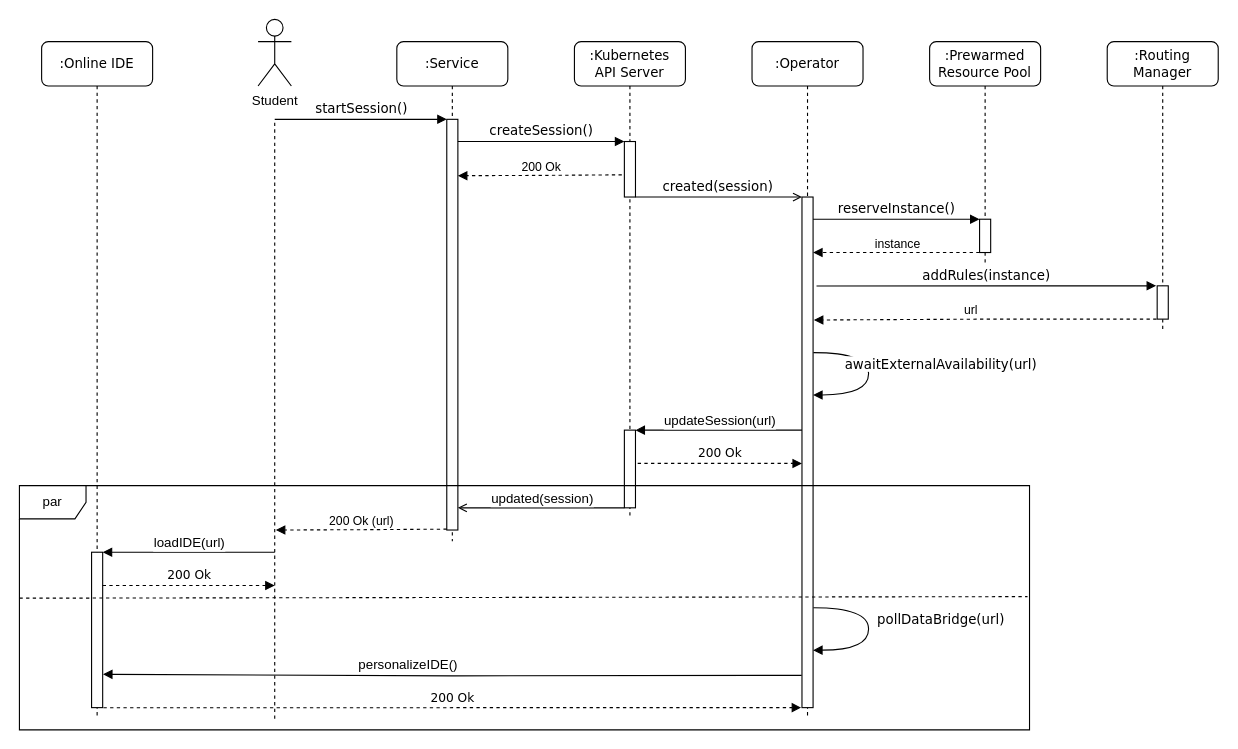
Above: figures/startup-seq.checkpoint.drawio in lukaskratzel/ba (draw.io), before the change. Source tidied: cells renumbered, new cells numbered last; positions are measured from the earlier drawing's top-left corner, leaving out a move shared by most shapes. Both pictures are drawn from the tidied source at 111%, with x=0, y=0 at pixel (19, 19).
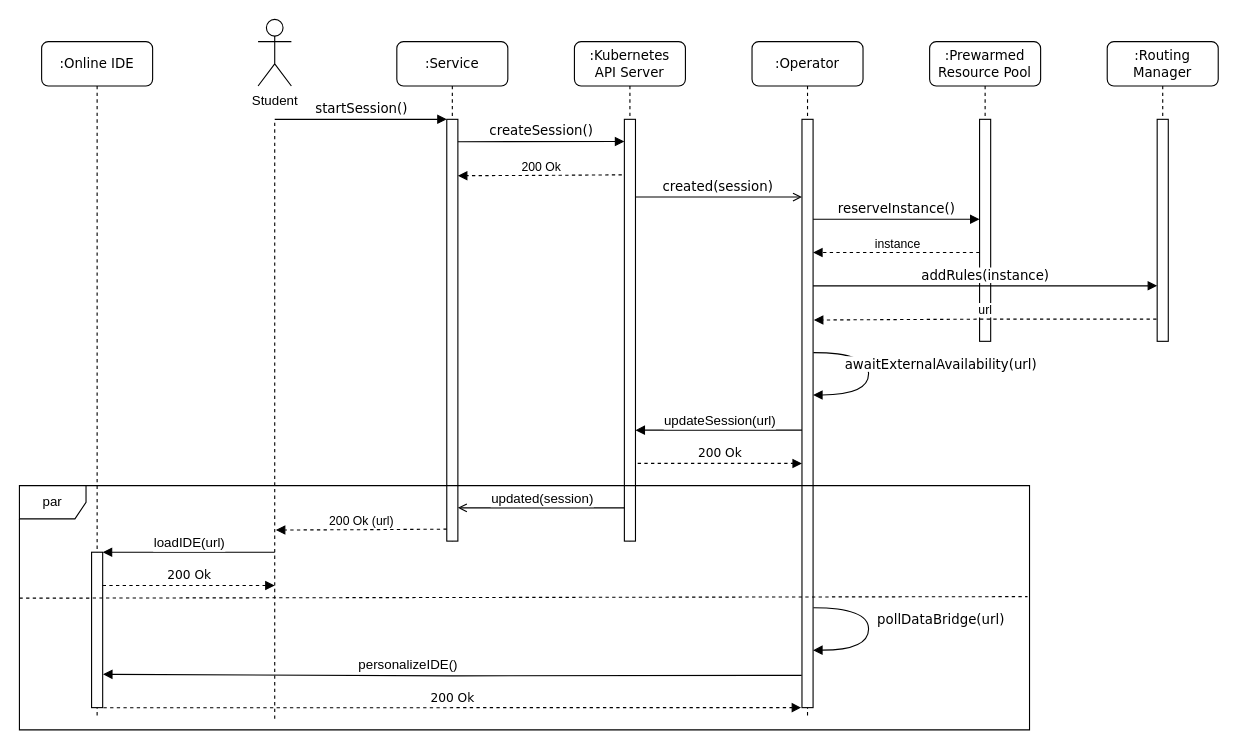
After the change.

Unchanged cells that the change refers to:
```xml
<mxCell id="2" value=":Service" style="shape=umlLifeline;perimeter=lifelinePerimeter;whiteSpace=wrap;html=1;rounded=1;shadow=0;comic=0;labelBackgroundColor=none;strokeWidth=1;fontFamily=Verdana;fontSize=12;align=center;" parent="1" vertex="1">
  <mxGeometry x="340" y="20" width="100" height="450" as="geometry" />
</mxCell>
<mxCell id="11" value=":Operator" style="shape=umlLifeline;perimeter=lifelinePerimeter;whiteSpace=wrap;html=1;rounded=1;shadow=0;comic=0;labelBackgroundColor=none;strokeWidth=1;fontFamily=Verdana;fontSize=12;align=center;" parent="1" vertex="1">
  <mxGeometry x="660" y="20" width="100" height="610" as="geometry" />
</mxCell>
<mxCell id="26" style="edgeStyle=orthogonalEdgeStyle;rounded=0;orthogonalLoop=1;jettySize=auto;html=1;entryX=1.089;entryY=0.458;entryDx=0;entryDy=0;entryPerimeter=0;exitX=-0.041;exitY=0.972;exitDx=0;exitDy=0;exitPerimeter=0;dashed=1;endArrow=block;endFill=1;" parent="1" edge="1">
  <mxGeometry relative="1" as="geometry">
    <mxPoint x="1024.4" y="270" as="sourcePoint" />
    <mxPoint x="715.7" y="270.8" as="targetPoint" />
    <Array as="points">
      <mxPoint x="869.8" y="269.9" />
    </Array>
  </mxGeometry>
</mxCell>
```

The edit, as a diff of the source:
```diff
@@
     <mxCell id="3" style="html=1;points=[];perimeter=orthogonalPerimeter;rounded=0;shadow=0;comic=0;labelBackgroundColor=none;strokeWidth=1;fontFamily=Verdana;fontSize=12;align=center;" parent="2" vertex="1">
-      <mxGeometry x="45" y="70" width="10" height="370" as="geometry" />
+      <mxGeometry x="45" y="70" width="10" height="380" as="geometry" />
     </mxCell>
@@
     <mxCell id="6" value=":Kubernetes&lt;div&gt;API Server&lt;/div&gt;" style="shape=umlLifeline;perimeter=lifelinePerimeter;whiteSpace=wrap;html=1;rounded=1;shadow=0;comic=0;labelBackgroundColor=none;strokeWidth=1;fontFamily=Verdana;fontSize=12;align=center;" parent="1" vertex="1">
-      <mxGeometry x="500" y="20" width="100" height="430" as="geometry" />
+      <mxGeometry x="500" y="20" width="100" height="450" as="geometry" />
     </mxCell>
     <mxCell id="7" style="html=1;points=[];perimeter=orthogonalPerimeter;rounded=0;shadow=0;comic=0;labelBackgroundColor=none;strokeWidth=1;fontFamily=Verdana;fontSize=12;align=center;" parent="6" vertex="1">
-      <mxGeometry x="45" y="90" width="10" height="50" as="geometry" />
+      <mxGeometry x="45" y="70" width="10" height="380" as="geometry" />
     </mxCell>
-    <mxCell id="8" style="html=1;perimeter=orthogonalPerimeter;rounded=0;shadow=0;comic=0;labelBackgroundColor=none;strokeWidth=1;fontFamily=Verdana;fontSize=12;align=center;" parent="6" vertex="1">
-      <mxGeometry x="45" y="350" width="10" height="70" as="geometry" />
-    </mxCell>
@@
+    <mxCell id="19" value="createSession()" style="html=1;verticalAlign=bottom;endArrow=block;entryX=0;entryY=0;labelBackgroundColor=none;fontFamily=Verdana;fontSize=12;edgeStyle=elbowEdgeStyle;elbow=vertical;" parent="6" edge="1">
+      <mxGeometry relative="1" as="geometry">
+        <mxPoint x="-105" y="90.2" as="sourcePoint" />
+        <mxPoint x="45" y="90" as="targetPoint" />
+      </mxGeometry>
+    </mxCell>
@@
     <mxCell id="12" style="html=1;points=[];perimeter=orthogonalPerimeter;rounded=0;shadow=0;comic=0;labelBackgroundColor=none;strokeWidth=1;fontFamily=Verdana;fontSize=12;align=center;" parent="11" vertex="1">
-      <mxGeometry x="45" y="140" width="10" height="460" as="geometry" />
+      <mxGeometry x="45" y="70" width="10" height="530" as="geometry" />
     </mxCell>
@@
     <mxCell id="15" value=":Prewarmed Resource Pool" style="shape=umlLifeline;perimeter=lifelinePerimeter;whiteSpace=wrap;html=1;rounded=1;shadow=0;comic=0;labelBackgroundColor=none;strokeWidth=1;fontFamily=Verdana;fontSize=12;align=center;" parent="1" vertex="1">
-      <mxGeometry x="820" y="20" width="100" height="200" as="geometry" />
+      <mxGeometry x="820" y="20" width="100" height="270" as="geometry" />
     </mxCell>
     <mxCell id="16" style="html=1;perimeter=orthogonalPerimeter;rounded=0;shadow=0;comic=0;labelBackgroundColor=none;strokeWidth=1;fontFamily=Verdana;fontSize=12;align=center;" parent="15" vertex="1">
-      <mxGeometry x="45" y="160" width="10" height="30" as="geometry" />
+      <mxGeometry x="45" y="70" width="10" height="200" as="geometry" />
     </mxCell>
@@
-    <mxCell id="19" value="createSession()" style="html=1;verticalAlign=bottom;endArrow=block;entryX=0;entryY=0;labelBackgroundColor=none;fontFamily=Verdana;fontSize=12;edgeStyle=elbowEdgeStyle;elbow=vertical;" parent="1" edge="1" source="3" target="7">
-      <mxGeometry relative="1" as="geometry" />
-    </mxCell>
     <mxCell id="20" value=":Routing&lt;div&gt;Manager&lt;/div&gt;" style="shape=umlLifeline;perimeter=lifelinePerimeter;whiteSpace=wrap;html=1;rounded=1;shadow=0;comic=0;labelBackgroundColor=none;strokeWidth=1;fontFamily=Verdana;fontSize=12;align=center;" parent="1" vertex="1">
-      <mxGeometry x="980" y="20" width="100" height="260" as="geometry" />
+      <mxGeometry x="980" y="20" width="100" height="270" as="geometry" />
     </mxCell>
     <mxCell id="21" style="html=1;points=[];perimeter=orthogonalPerimeter;rounded=0;shadow=0;comic=0;labelBackgroundColor=none;strokeWidth=1;fontFamily=Verdana;fontSize=12;align=center;" parent="20" vertex="1">
-      <mxGeometry x="45" y="220" width="10" height="30" as="geometry" />
+      <mxGeometry x="45" y="70" width="10" height="200" as="geometry" />
     </mxCell>
@@
-    <mxCell id="23" value="&lt;span style=&quot;background-color: light-dark(#ffffff, var(--ge-dark-color, #121212));&quot;&gt;addRules(instance)&lt;/span&gt;" style="html=1;verticalAlign=bottom;endArrow=block;labelBackgroundColor=none;fontFamily=Verdana;fontSize=12;edgeStyle=elbowEdgeStyle;elbow=vertical;entryX=-0.096;entryY=-0.008;entryDx=0;entryDy=0;entryPerimeter=0;" parent="1" edge="1" target="21">
+    <mxCell id="23" value="&lt;span style=&quot;background-color: light-dark(#ffffff, var(--ge-dark-color, #121212));&quot;&gt;addRules(instance)&lt;/span&gt;" style="html=1;verticalAlign=bottom;endArrow=block;labelBackgroundColor=none;fontFamily=Verdana;fontSize=12;edgeStyle=elbowEdgeStyle;elbow=vertical;entryX=-0.096;entryY=-0.008;entryDx=0;entryDy=0;entryPerimeter=0;" parent="1" edge="1">
       <mxGeometry relative="1" as="geometry">
-        <mxPoint x="718.1" y="240.2" as="sourcePoint" />
+        <mxPoint x="715" y="240" as="sourcePoint" />
+        <mxPoint x="1025" y="240" as="targetPoint" />
       </mxGeometry>
     </mxCell>
@@
     <mxCell id="27" value="url" style="edgeLabel;html=1;align=center;verticalAlign=middle;" parent="26" vertex="1">
       <mxGeometry x="0.17" y="-1" relative="1" as="geometry">
-        <mxPoint x="13" y="-8" as="offset" />
+        <mxPoint x="26" y="-8" as="offset" />
       </mxGeometry>
     </mxCell>
```
